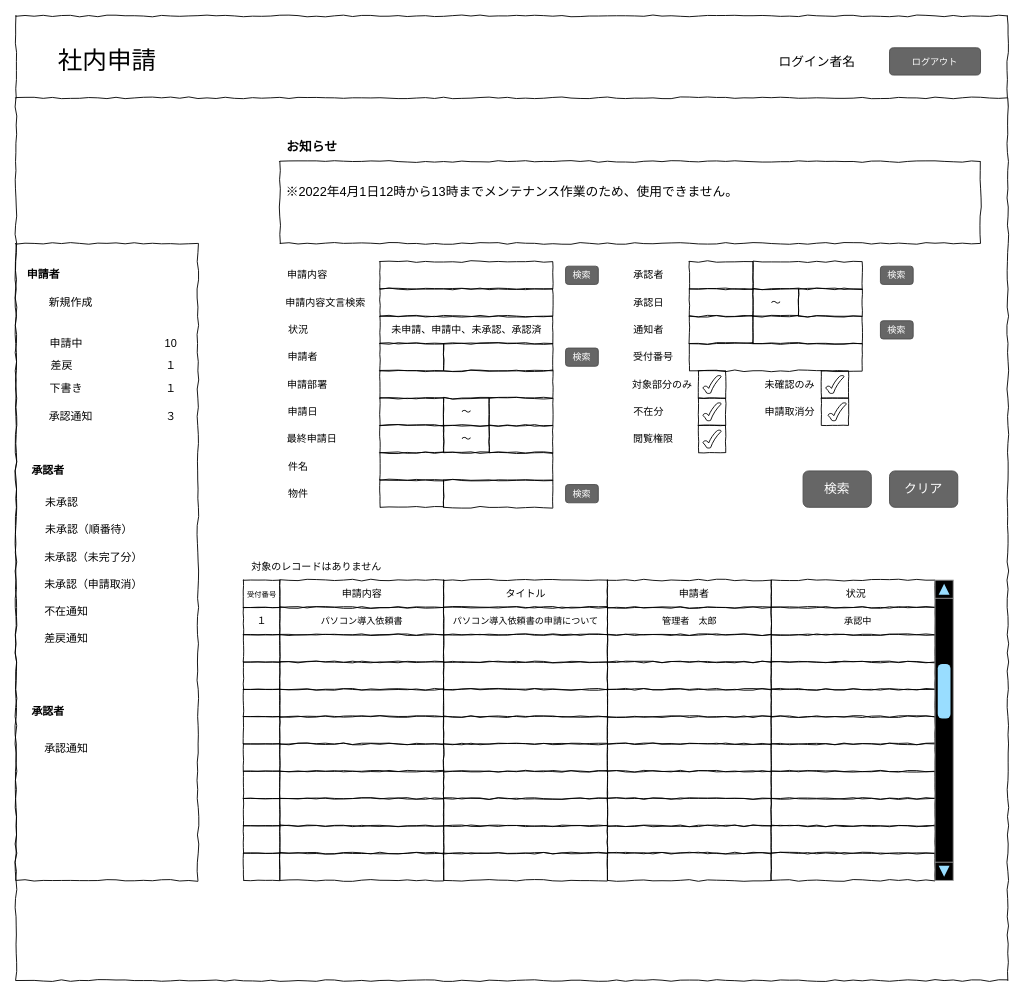
Above: page "s010申請一覧" (9 of 10) of docs/設計資料/01_画面/画面イメージ.drawio in haphuongnt96/Django-REST-Practice (draw.io), before the change. Source tidied: cells renumbered, new cells numbered last; positions are measured from the earlier drawing's top-left corner, leaving out a move shared by most shapes. Both pictures are drawn from the tidied source at 91%, with x=0, y=0 at pixel (15, 15).
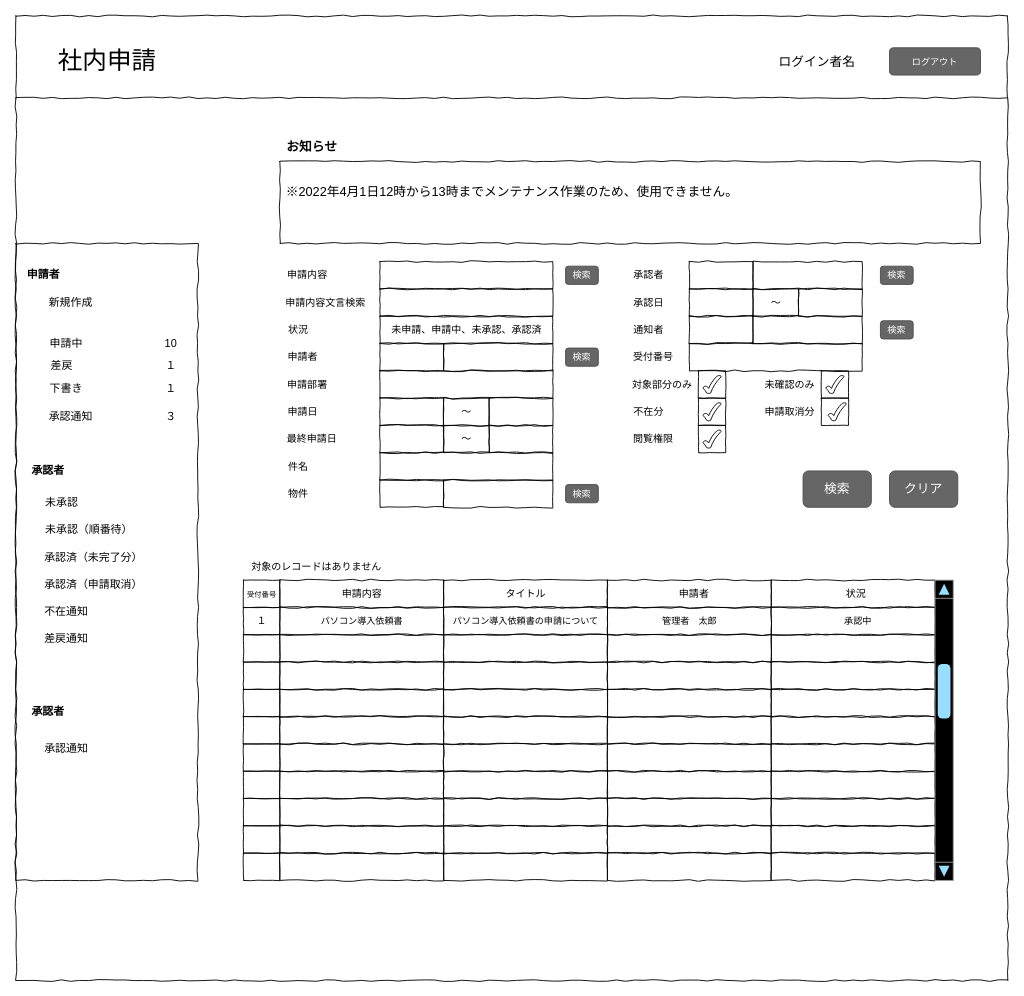
The same diagram, later.

Change to the diagram source:
```diff
@@
-    <mxCell id="74" value="&lt;font style=&quot;font-size: 12px&quot;&gt;未承認（未完了分）&lt;/font&gt;" style="text;html=1;align=center;verticalAlign=middle;fillColor=none;strokeColor=none;rounded=0;dashed=1;fontSize=27;" parent="1" vertex="1">
+    <mxCell id="74" value="&lt;font style=&quot;font-size: 12px&quot;&gt;承認済（未完了分）&lt;/font&gt;" style="text;html=1;align=center;verticalAlign=middle;fillColor=none;strokeColor=none;rounded=0;dashed=1;fontSize=27;" parent="1" vertex="1">
       <mxGeometry x="25" y="570" width="120" height="40" as="geometry" />
     </mxCell>
-    <mxCell id="75" value="&lt;font style=&quot;font-size: 12px&quot;&gt;未承認（申請取消）&lt;/font&gt;" style="text;html=1;align=center;verticalAlign=middle;fillColor=none;strokeColor=none;rounded=0;dashed=1;fontSize=27;" parent="1" vertex="1">
+    <mxCell id="75" value="&lt;font style=&quot;font-size: 12px&quot;&gt;承認済（申請取消）&lt;/font&gt;" style="text;html=1;align=center;verticalAlign=middle;fillColor=none;strokeColor=none;rounded=0;dashed=1;fontSize=27;" parent="1" vertex="1">
       <mxGeometry x="25" y="600" width="120" height="40" as="geometry" />
     </mxCell>
```
